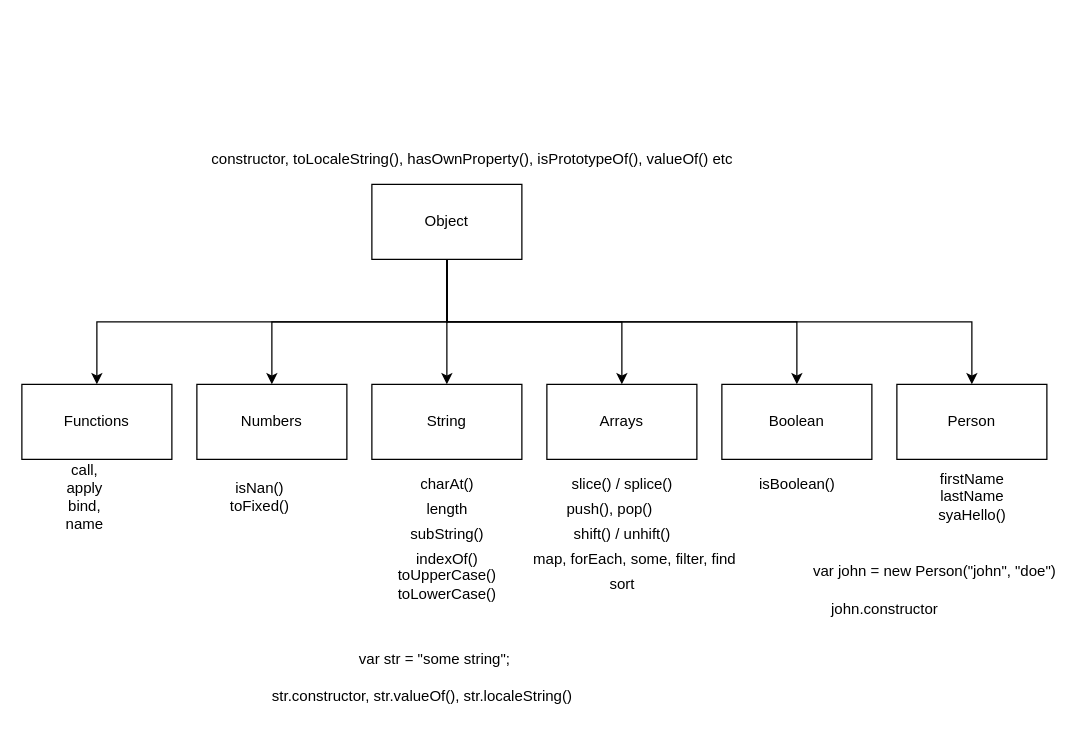
The draw.io diagram page "Page-2" (2 of 17) of refs/diagrams.drawio in synergy2411/mar-22-brillo, before the edit. Source tidied: cells renumbered, new cells numbered last; positions are measured from the earlier drawing's top-left corner, leaving out a move shared by most shapes. Both pictures are drawn from the tidied source at 125%, with x=0, y=0 at pixel (21, 146).
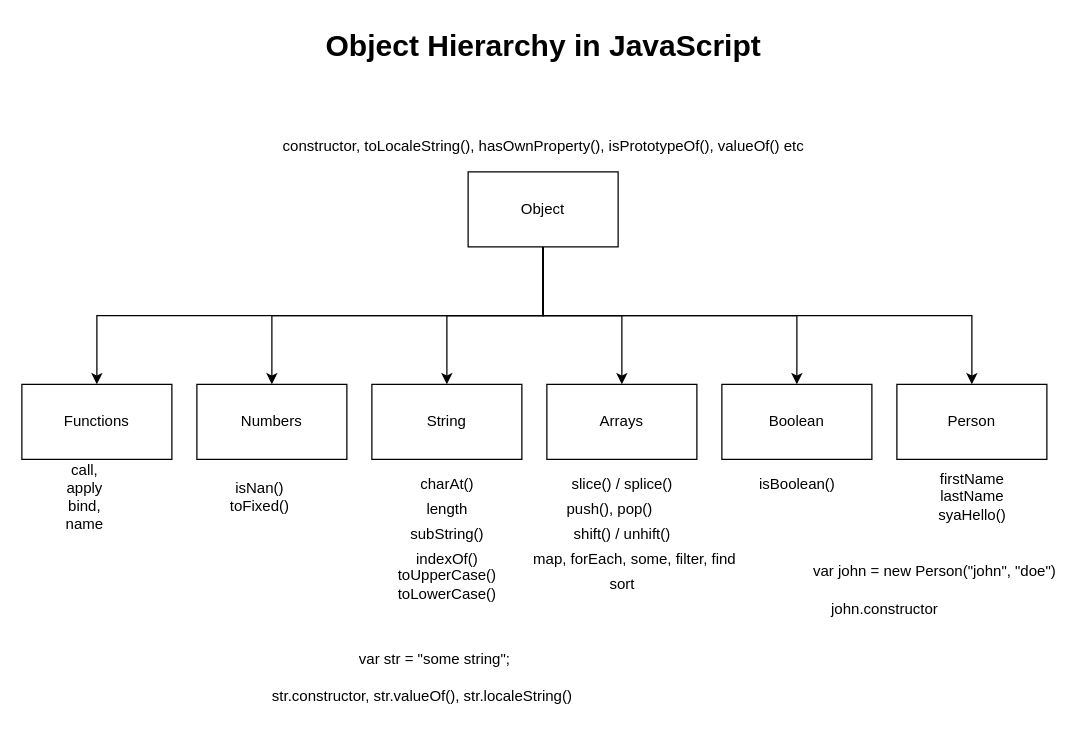
The same diagram, later.

What changed in the source:
```diff
@@
     <mxCell id="8" value="Object" style="rounded=0;whiteSpace=wrap;html=1;" parent="1" vertex="1">
-      <mxGeometry x="280" y="30" width="120" height="60" as="geometry" />
+      <mxGeometry x="357" y="20" width="120" height="60" as="geometry" />
     </mxCell>
@@
     <mxCell id="27" value="constructor, toLocaleString(), hasOwnProperty(), isPrototypeOf(), valueOf() etc" style="text;html=1;align=center;verticalAlign=middle;strokeColor=none;fillColor=none;" parent="1" vertex="1">
-      <mxGeometry x="145" width="430" height="20" as="geometry" />
+      <mxGeometry x="202" y="-10" width="430" height="20" as="geometry" />
     </mxCell>
@@
+    <mxCell id="34" value="Object Hierarchy in JavaScript" style="text;strokeColor=none;fillColor=none;html=1;fontSize=24;fontStyle=1;verticalAlign=middle;align=center;" parent="1" vertex="1">
+      <mxGeometry x="367" y="-100" width="100" height="40" as="geometry" />
+    </mxCell>
```
